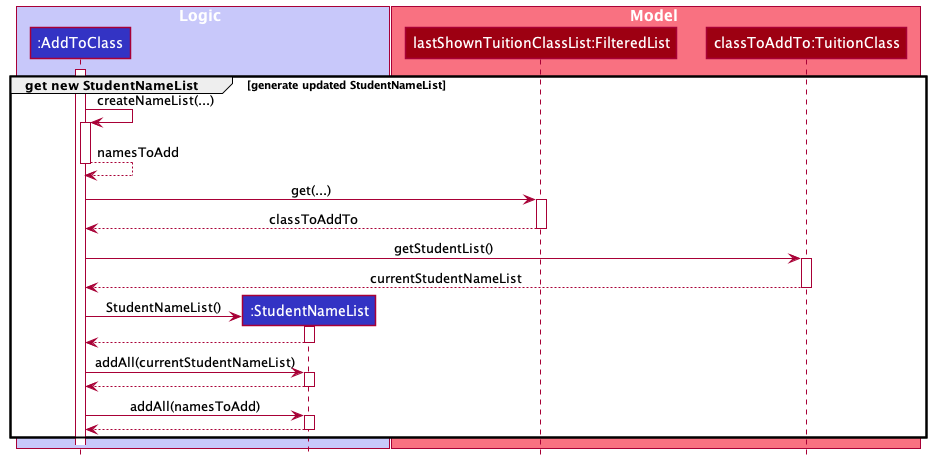
The PlantUML diagram docs/images/AddToClassRef1.png in softmagnet/tp, before a commit.
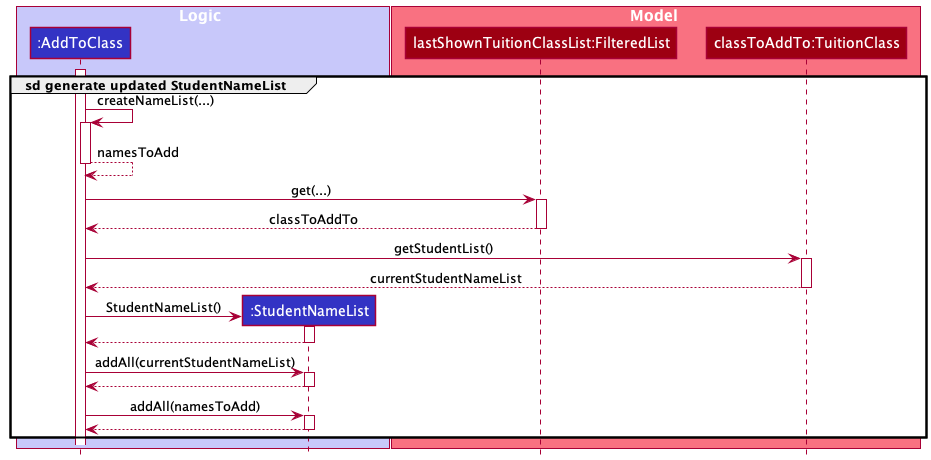
The same diagram one commit later.

What changed in the source:
```diff
@@ -1,7 +1,7 @@
 @startuml
 !include style.puml
 
-group get new StudentNameList [generate updated StudentNameList]
+group sd generate updated StudentNameList
 
 box Logic LOGIC_COLOR_T1
 participant ":AddToClass" as AddToClass LOGIC_COLOR
```
